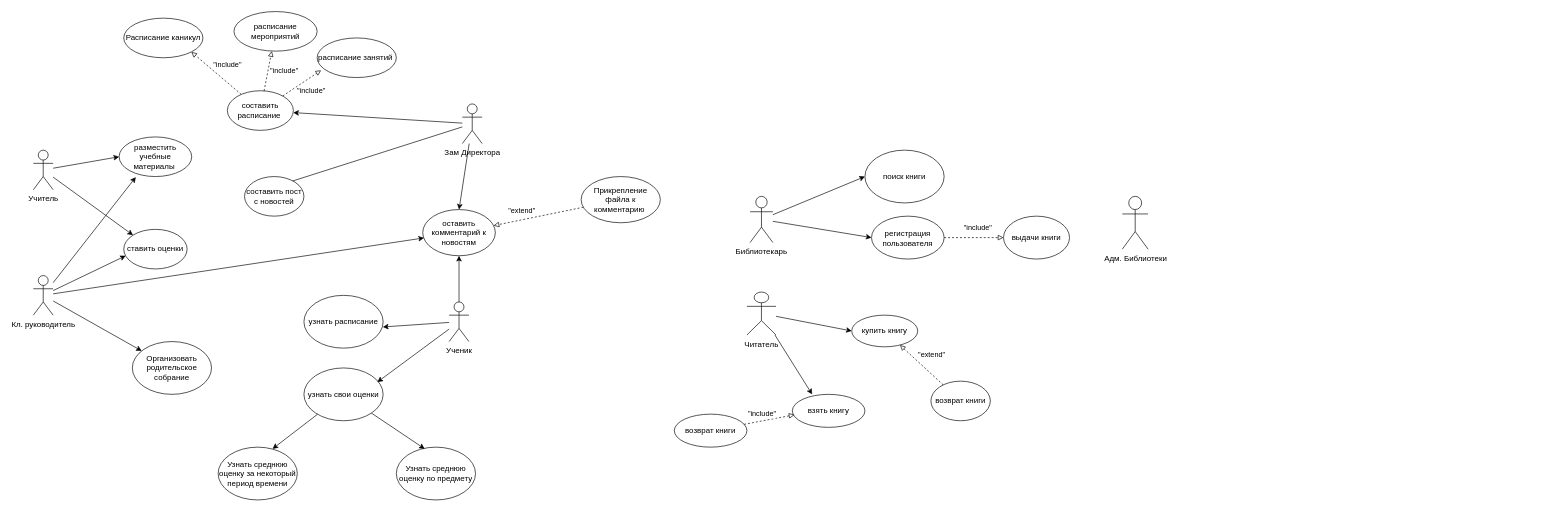
Before: Диаграмма без названия.drawio in KhamchievAli06/dem-, a draw.io diagram. Source tidied: cells renumbered, new cells numbered last; positions are measured from the earlier drawing's top-left corner, leaving out a move shared by most shapes. Both pictures are drawn from the tidied source at 66%, with x=0, y=0 at pixel (33, 11).
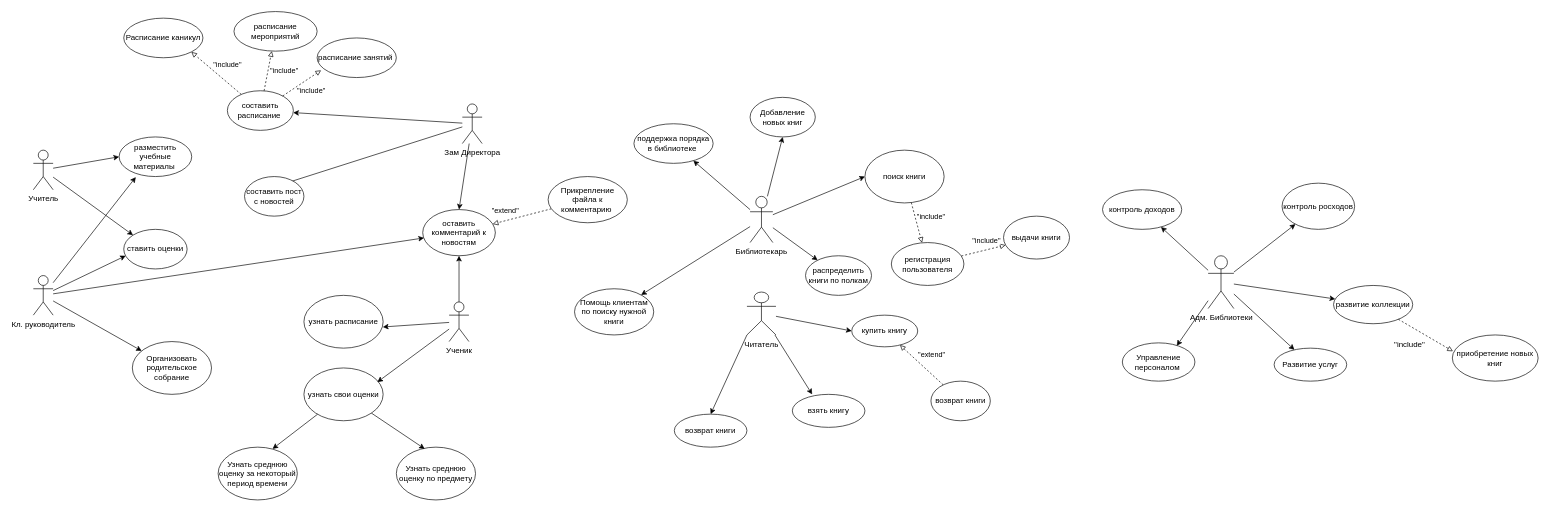
The same page after the edit.

Unchanged cells that the change refers to:
```xml
<mxCell id="46" value="Читатель" style="shape=umlActor;verticalLabelPosition=bottom;verticalAlign=top;html=1;outlineConnect=0;" parent="1" vertex="1">
  <mxGeometry x="1081.2" y="425" width="44" height="65" as="geometry" />
</mxCell>
<mxCell id="49" value="Библиотекарь" style="shape=umlActor;verticalLabelPosition=bottom;verticalAlign=top;html=1;outlineConnect=0;" parent="1" vertex="1">
  <mxGeometry x="1086" y="280" width="34.5" height="70" as="geometry" />
</mxCell>
<mxCell id="50" value="поиск книги" style="ellipse;whiteSpace=wrap;html=1;" parent="1" vertex="1">
  <mxGeometry x="1260" y="210" width="120" height="80" as="geometry" />
</mxCell>
<mxCell id="60" value="взять книгу" style="ellipse;whiteSpace=wrap;html=1;" parent="1" vertex="1">
  <mxGeometry x="1150" y="580" width="110" height="50" as="geometry" />
</mxCell>
<mxCell id="62" value="возврат книги" style="ellipse;whiteSpace=wrap;html=1;" parent="1" vertex="1">
  <mxGeometry x="971.2" y="610" width="110" height="50" as="geometry" />
</mxCell>
```

Diff of the diagram source:
```diff
@@
     <mxCell id="44" value="Прикрепление файла к комментарию&amp;nbsp;" style="ellipse;whiteSpace=wrap;html=1;" parent="1" vertex="1">
-      <mxGeometry x="830" y="250" width="120" height="70" as="geometry" />
+      <mxGeometry x="780" y="250" width="120" height="70" as="geometry" />
     </mxCell>
@@
+    <mxCell id="65" style="edgeStyle=none;rounded=0;jettySize=auto;html=1;exitX=0;exitY=1;exitDx=0;exitDy=0;exitPerimeter=0;entryX=0.5;entryY=0;entryDx=0;entryDy=0;" parent="1" edge="1" source="46" target="62">
+      <mxGeometry relative="1" as="geometry" />
+    </mxCell>
@@
-    <mxCell id="48" style="edgeStyle=none;rounded=0;jettySize=auto;html=1;entryX=0;entryY=0.5;entryDx=0;entryDy=0;" parent="1" edge="1" source="49" target="56">
-      <mxGeometry relative="1" as="geometry" />
-    </mxCell>
+    <mxCell id="66" style="edgeStyle=none;rounded=0;jettySize=auto;html=1;entryX=0.5;entryY=1;entryDx=0;entryDy=0;" parent="1" edge="1" source="49" target="75">
+      <mxGeometry relative="1" as="geometry" />
+    </mxCell>
+    <mxCell id="67" style="edgeStyle=none;rounded=0;jettySize=auto;html=1;" parent="1" edge="1" source="49" target="76">
+      <mxGeometry relative="1" as="geometry" />
+    </mxCell>
+    <mxCell id="68" style="edgeStyle=none;rounded=0;jettySize=auto;html=1;" parent="1" edge="1" source="49" target="78">
+      <mxGeometry relative="1" as="geometry" />
+    </mxCell>
+    <mxCell id="69" style="edgeStyle=none;rounded=0;jettySize=auto;html=1;" parent="1" edge="1" source="49" target="79">
+      <mxGeometry relative="1" as="geometry" />
+    </mxCell>
@@
+    <mxCell id="70" style="edgeStyle=none;rounded=0;jettySize=auto;html=1;dashed=1;endArrow=block;endFill=0;" parent="1" edge="1" source="50" target="56">
+      <mxGeometry relative="1" as="geometry" />
+    </mxCell>
+    <mxCell id="64" value="&quot;include&quot;" style="edgeLabel;html=1;align=center;verticalAlign=middle;" parent="70" vertex="1">
+      <mxGeometry x="0.02" y="-1" relative="1" as="geometry">
+        <mxPoint x="22" y="-10" as="offset" />
+      </mxGeometry>
+    </mxCell>
@@
     <mxCell id="56" value="регистрация пользователя" style="ellipse;whiteSpace=wrap;html=1;" parent="1" vertex="1">
-      <mxGeometry x="1270" y="310" width="110" height="65" as="geometry" />
+      <mxGeometry x="1300" y="350" width="110" height="65" as="geometry" />
     </mxCell>
@@
+    <mxCell id="71" style="edgeStyle=none;rounded=0;jettySize=auto;html=1;" parent="1" edge="1" source="58" target="81">
+      <mxGeometry relative="1" as="geometry" />
+    </mxCell>
+    <mxCell id="72" style="edgeStyle=none;rounded=0;jettySize=auto;html=1;" parent="1" edge="1" source="58" target="83">
+      <mxGeometry relative="1" as="geometry" />
+    </mxCell>
+    <mxCell id="73" style="edgeStyle=none;rounded=0;jettySize=auto;html=1;" parent="1" edge="1" source="58" target="82">
+      <mxGeometry relative="1" as="geometry" />
+    </mxCell>
+    <mxCell id="74" style="edgeStyle=none;rounded=0;jettySize=auto;html=1;" parent="1" edge="1" source="58" target="84">
+      <mxGeometry relative="1" as="geometry" />
+    </mxCell>
     <mxCell id="58" value="Адм. Библиотеки" style="shape=umlActor;verticalLabelPosition=bottom;verticalAlign=top;html=1;outlineConnect=0;" parent="1" vertex="1">
-      <mxGeometry x="1650" y="280" width="39" height="80" as="geometry" />
+      <mxGeometry x="1780" y="370" width="39" height="80" as="geometry" />
     </mxCell>
@@
-    <mxCell id="63" style="edgeStyle=none;rounded=0;jettySize=auto;html=1;entryX=0.03;entryY=0.62;entryDx=0;entryDy=0;entryPerimeter=0;dashed=1;endArrow=block;endFill=0;" parent="1" edge="1" source="62" target="60">
-      <mxGeometry relative="1" as="geometry" />
-    </mxCell>
-    <mxCell id="64" value="&quot;include&quot;" style="edgeLabel;html=1;align=center;verticalAlign=middle;" parent="63" vertex="1">
-      <mxGeometry x="-0.07" y="1" relative="1" as="geometry">
-        <mxPoint x="-9" y="-8" as="offset" />
-      </mxGeometry>
-    </mxCell>
+    <mxCell id="75" value="Добавление новых книг" style="ellipse;whiteSpace=wrap;html=1;" parent="1" vertex="1">
+      <mxGeometry x="1086" y="130" width="98.8" height="60" as="geometry" />
+    </mxCell>
+    <mxCell id="76" value="распределить книги по полкам" style="ellipse;whiteSpace=wrap;html=1;" parent="1" vertex="1">
+      <mxGeometry x="1170" y="370" width="100" height="60" as="geometry" />
+    </mxCell>
+    <mxCell id="77" value="Управление персоналом&amp;nbsp;" style="ellipse;whiteSpace=wrap;html=1;" parent="1" vertex="1">
+      <mxGeometry x="1650" y="502" width="110" height="58" as="geometry" />
+    </mxCell>
+    <mxCell id="78" value="Помощь клиентам по поиску нужной книги" style="ellipse;whiteSpace=wrap;html=1;" parent="1" vertex="1">
+      <mxGeometry x="820" y="420" width="120" height="70" as="geometry" />
+    </mxCell>
+    <mxCell id="79" value="поддержка порядка в библиотеке&amp;nbsp;" style="ellipse;whiteSpace=wrap;html=1;" parent="1" vertex="1">
+      <mxGeometry x="910" y="170" width="120" height="60" as="geometry" />
+    </mxCell>
+    <mxCell id="80" style="edgeStyle=none;rounded=0;jettySize=auto;html=1;entryX=0.75;entryY=0.075;entryDx=0;entryDy=0;entryPerimeter=0;" parent="1" edge="1" source="58" target="77">
+      <mxGeometry relative="1" as="geometry" />
+    </mxCell>
+    <mxCell id="81" value="Развитие услуг" style="ellipse;whiteSpace=wrap;html=1;" parent="1" vertex="1">
+      <mxGeometry x="1880" y="510" width="110" height="50" as="geometry" />
+    </mxCell>
+    <mxCell id="82" value="контроль росходов" style="ellipse;whiteSpace=wrap;html=1;" parent="1" vertex="1">
+      <mxGeometry x="1892" y="260" width="110" height="70" as="geometry" />
+    </mxCell>
+    <mxCell id="83" value="контроль доходов" style="ellipse;whiteSpace=wrap;html=1;" parent="1" vertex="1">
+      <mxGeometry x="1620" y="270" width="120" height="60" as="geometry" />
+    </mxCell>
+    <mxCell id="84" value="развитие коллекции" style="ellipse;whiteSpace=wrap;html=1;" parent="1" vertex="1">
+      <mxGeometry x="1970" y="415" width="120" height="58" as="geometry" />
+    </mxCell>
+    <mxCell id="85" value="приобретение новых книг" style="ellipse;whiteSpace=wrap;html=1;" parent="1" vertex="1">
+      <mxGeometry x="2150" y="490" width="130" height="70" as="geometry" />
+    </mxCell>
+    <mxCell id="86" style="edgeStyle=none;rounded=0;jettySize=auto;html=1;entryX=0.007;entryY=0.353;entryDx=0;entryDy=0;entryPerimeter=0;dashed=1;endArrow=block;endFill=0;" parent="1" edge="1" source="84" target="85">
+      <mxGeometry relative="1" as="geometry" />
+    </mxCell>
+    <mxCell id="87" value="&quot;include&quot;" style="text;html=1;align=center;verticalAlign=middle;strokeColor=none;fillColor=none;" parent="1" vertex="1">
+      <mxGeometry x="2050" y="490" width="70" height="30" as="geometry" />
+    </mxCell>
```
